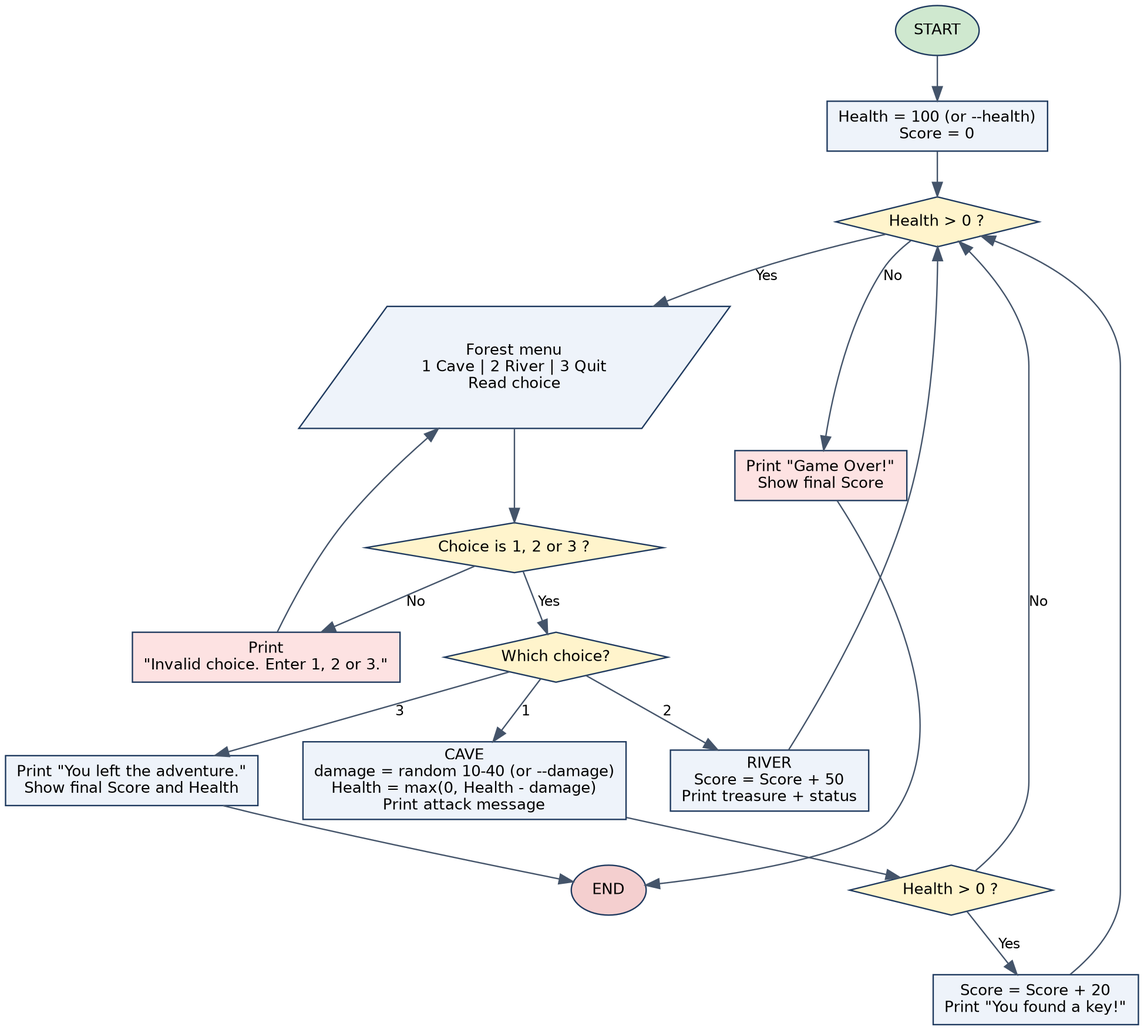
Before: docs/flowchart.png, a diagram exported from Graphviz (shoaibakhtar-08/text-adventure-game). Its source is kept beside it as docs/flowchart.dot.
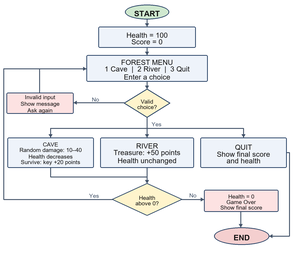
The same diagram one commit later.

Commit message:
Align project materials with simpler game version

What changed in the source:
```diff
@@ -4,18 +4,18 @@
   edge [fontname="Helvetica", fontsize=10, color="#44546a"];
 
   start [label="START", shape=oval, fillcolor="#cfe8cf"];
-  init  [label="Health = 100 (or --health)\nScore = 0", shape=box];
-  loop  [label="Health > 0 ?", shape=diamond, fillcolor="#fff4cc"];
+  init  [label="Health = 100\nScore = 0", shape=box];
+  loop  [label="Health > 0?", shape=diamond, fillcolor="#fff4cc"];
   menu  [label="Forest menu\n1 Cave | 2 River | 3 Quit\nRead choice", shape=parallelogram];
-  valid [label="Choice is 1, 2 or 3 ?", shape=diamond, fillcolor="#fff4cc"];
-  inv   [label="Print\n\"Invalid choice. Enter 1, 2 or 3.\"", shape=box, fillcolor="#fde2e2"];
+  valid [label="Choice is 1, 2 or 3?", shape=diamond, fillcolor="#fff4cc"];
+  inv   [label="Print invalid-choice message\nAsk again", shape=box, fillcolor="#fde2e2"];
   sel   [label="Which choice?", shape=diamond, fillcolor="#fff4cc"];
-  cave  [label="CAVE\ndamage = random 10-40 (or --damage)\nHealth = max(0, Health - damage)\nPrint attack message", shape=box];
-  alive [label="Health > 0 ?", shape=diamond, fillcolor="#fff4cc"];
-  key   [label="Score = Score + 20\nPrint \"You found a key!\"", shape=box];
-  river [label="RIVER\nScore = Score + 50\nPrint treasure + status", shape=box];
-  quit  [label="Print \"You left the adventure.\"\nShow final Score and Health", shape=box];
-  over  [label="Print \"Game Over!\"\nShow final Score", shape=box, fillcolor="#fde2e2"];
+  cave  [label="CAVE\nDamage = random 10-40\nHealth = max(0, Health - Damage)", shape=box];
+  alive [label="Health > 0?", shape=diamond, fillcolor="#fff4cc"];
+  key   [label="Add 20 points\nPrint key message", shape=box];
+  river [label="RIVER\nAdd 50 points\nHealth unchanged", shape=box];
+  quit  [label="Show final score and health", shape=box];
+  over  [label="Print Game Over and final score", shape=box, fillcolor="#fde2e2"];
   end   [label="END", shape=oval, fillcolor="#f4cfcf"];
 
   start -> init -> loop;
```
